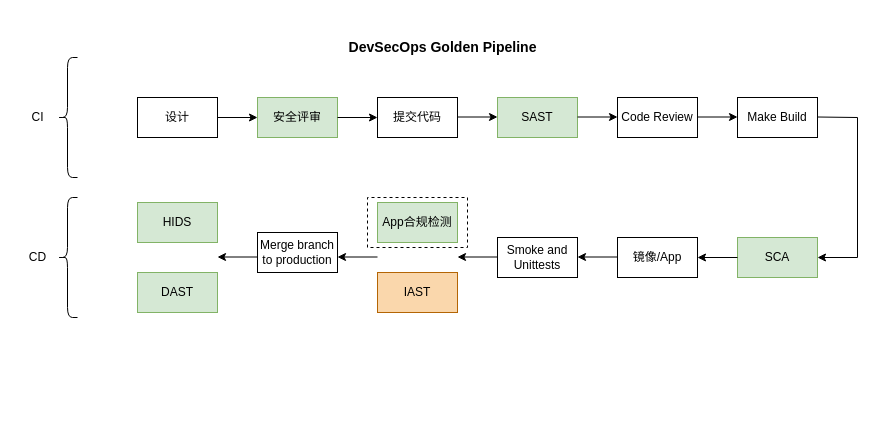
Before: CICD.drawio in zzzskd/pictureandor, a draw.io diagram. Source tidied: cells renumbered, new cells numbered last; positions are measured from the earlier drawing's top-left corner, leaving out a move shared by most shapes. Both pictures are drawn from the tidied source at 100%, with x=0, y=0 at pixel (17, 17).
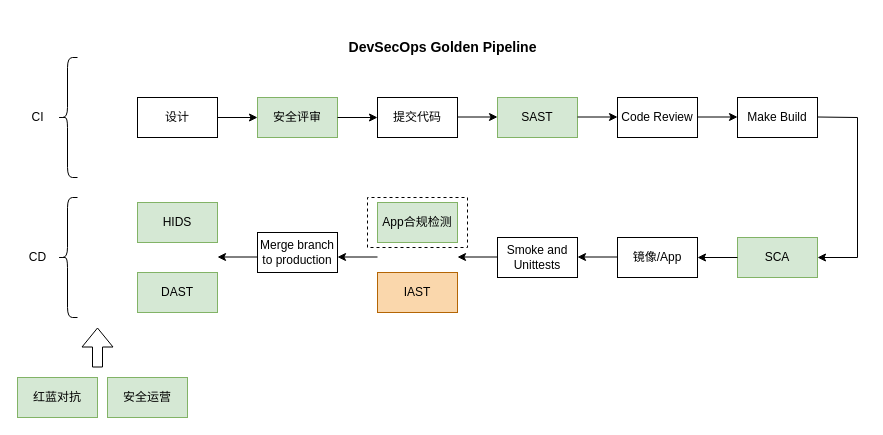
After the change.

Change to the diagram source:
```diff
@@
+    <mxCell id="33" value="红蓝对抗" style="rounded=0;whiteSpace=wrap;html=1;fillColor=#d5e8d4;strokeColor=#82b366;" parent="1" vertex="1">
+      <mxGeometry y="360" width="80" height="40" as="geometry" />
+    </mxCell>
+    <mxCell id="34" style="shape=flexArrow;endArrow=classic;html=1;rounded=0;" parent="1" edge="1">
+      <mxGeometry relative="1" as="geometry">
+        <mxPoint x="80" y="350" as="sourcePoint" />
+        <mxPoint x="80" y="310" as="targetPoint" />
+      </mxGeometry>
+    </mxCell>
+    <mxCell id="35" value="安全运营" style="rounded=0;whiteSpace=wrap;html=1;fillColor=#d5e8d4;strokeColor=#82b366;" parent="1" vertex="1">
+      <mxGeometry x="90" y="360" width="80" height="40" as="geometry" />
+    </mxCell>
```
